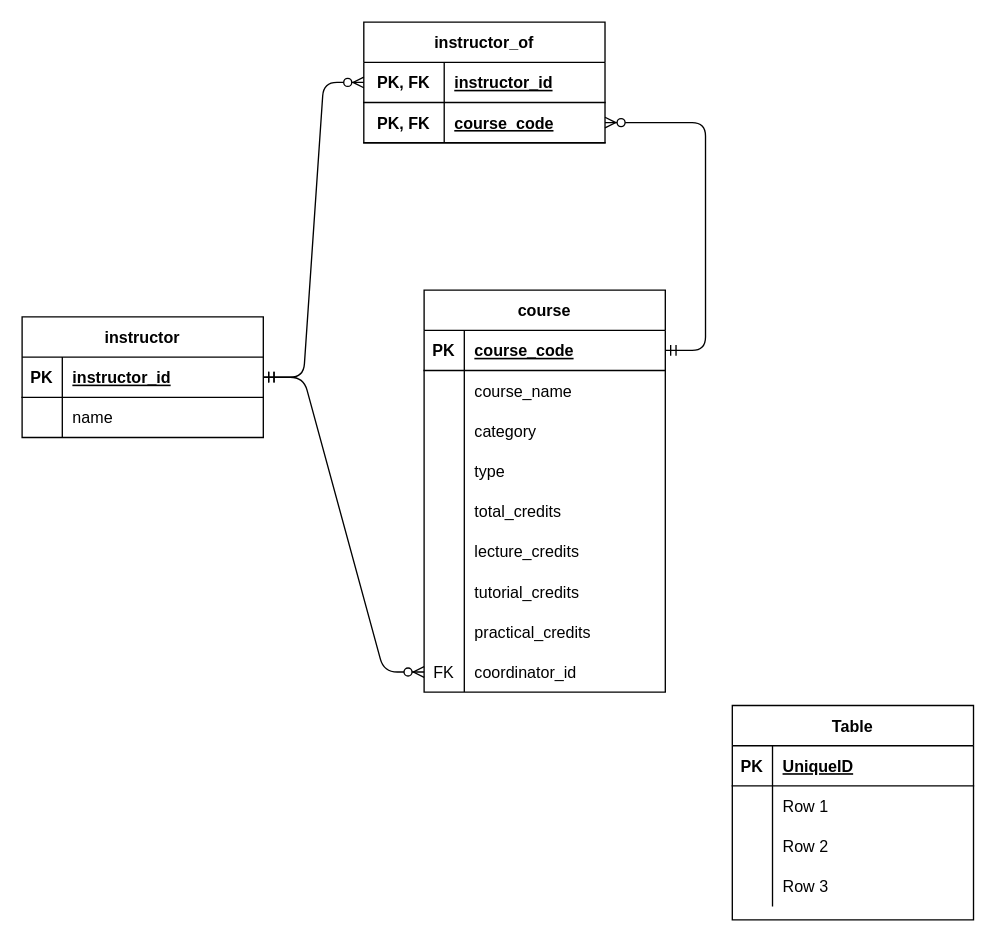
TejaswiBishnoi/TimeTableApp keeps this draw.io diagram as DB/Schema.drawio. Above is the earlier version. Source tidied: cells renumbered, new cells numbered last; positions are measured from the earlier drawing's top-left corner, leaving out a move shared by most shapes. Both pictures are drawn from the tidied source at 134%, with x=0, y=0 at pixel (21, 21).
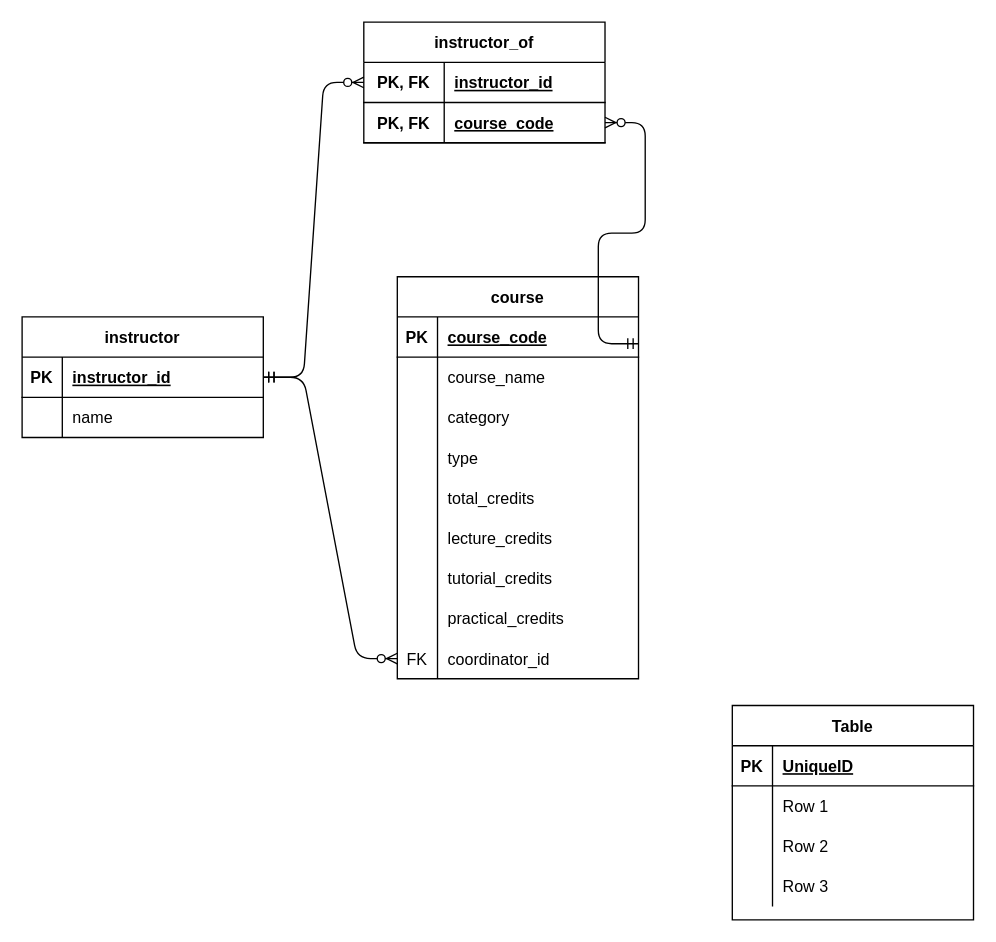
Above is the later version.

Commit message (it also covers changes not shown here):
JWT services and extensions configured.

The change refers to these unchanged cells:
```xml
<mxCell id="10" style="shape=tableRow;horizontal=0;startSize=0;swimlaneHead=0;swimlaneBody=0;fillColor=none;points=[[0,0.5],[1,0.5]];portConstraint=eastwest;top=0;left=0;right=0;bottom=1;" parent="9" vertex="1">
  <mxGeometry y="30" width="180" height="30" as="geometry" />
</mxCell>
<mxCell id="42" style="shape=tableRow;horizontal=0;startSize=0;swimlaneHead=0;swimlaneBody=0;fillColor=none;points=[[0,0.5],[1,0.5]];portConstraint=eastwest;top=0;left=0;right=0;bottom=1;" parent="38" vertex="1">
  <mxGeometry y="60" width="180" height="30" as="geometry" />
</mxCell>
```

The edit, as a diff of the source:
```diff
@@
     <mxCell id="9" value="course" style="shape=table;startSize=30;childLayout=tableLayout;rowLines=0;fontStyle=1;align=center;" parent="1" vertex="1">
-      <mxGeometry x="300" y="200" width="180" height="300" as="geometry" />
+      <mxGeometry x="280" y="190" width="180" height="300" as="geometry" />
     </mxCell>
@@
-    <mxCell id="46" style="edgeStyle=entityRelationEdgeStyle;fontSize=12;html=1;endArrow=ERzeroToMany;startArrow=ERmandOne;rounded=1;entryX=1;entryY=0.5;entryDx=0;entryDy=0;" parent="1" edge="1" target="42">
-      <mxGeometry relative="1" as="geometry">
-        <mxPoint x="480" y="245" as="sourcePoint" />
-      </mxGeometry>
+    <mxCell id="46" style="edgeStyle=entityRelationEdgeStyle;fontSize=12;html=1;endArrow=ERzeroToMany;startArrow=ERmandOne;rounded=1;entryX=1;entryY=0.5;entryDx=0;entryDy=0;exitX=1;exitY=0.667;exitDx=0;exitDy=0;exitPerimeter=0;" parent="1" edge="1" source="10" target="42">
+      <mxGeometry relative="1" as="geometry" />
     </mxCell>
```
